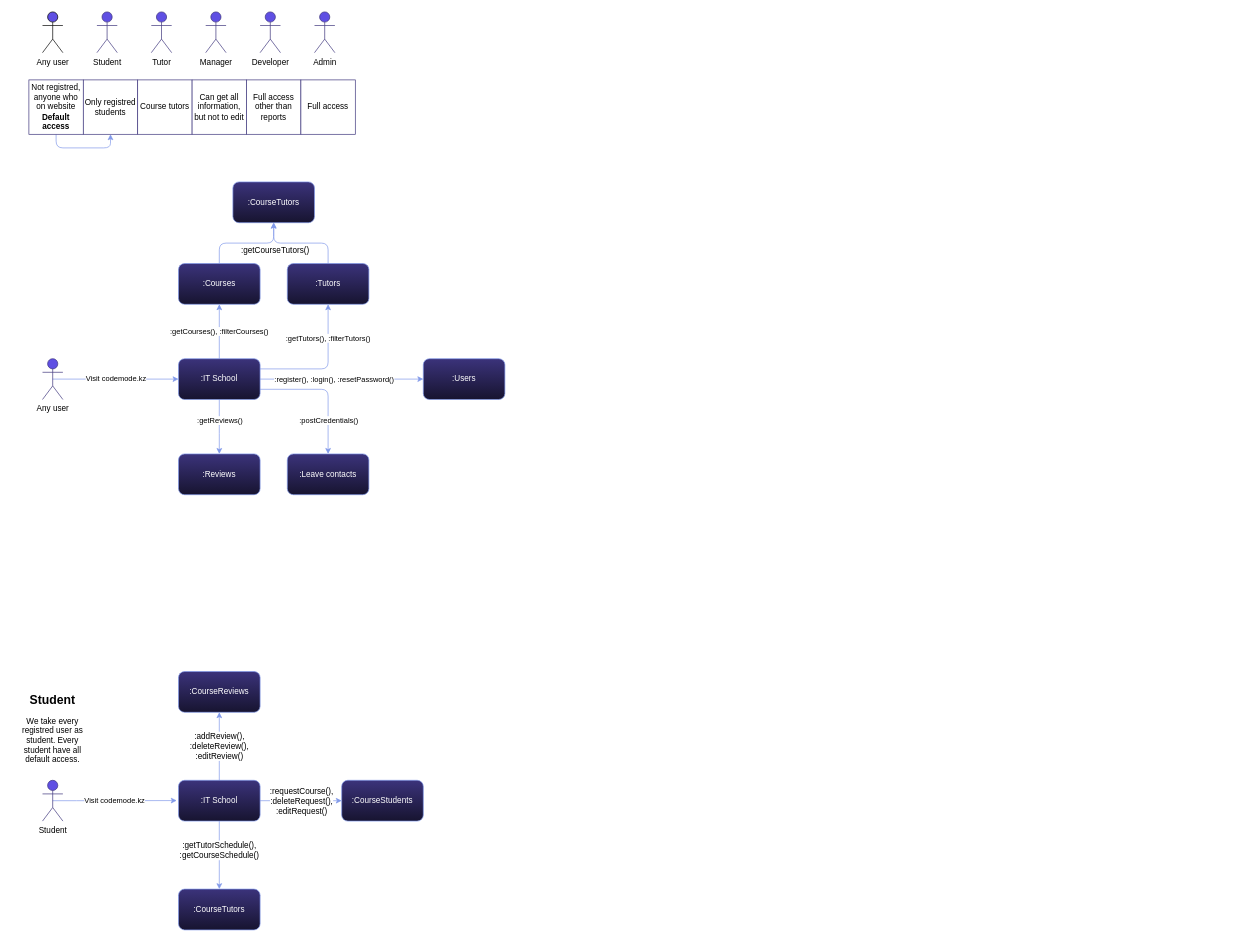
Above: BIS-Codemode-Diagram.drawio in Nura-21/Diagram.io-diagrams (draw.io), before the change. Source tidied: cells renumbered, new cells numbered last; positions are measured from the earlier drawing's top-left corner, leaving out a move shared by most shapes. Both pictures are drawn from the tidied source at 68%, with x=0, y=0 at pixel (12, 12).
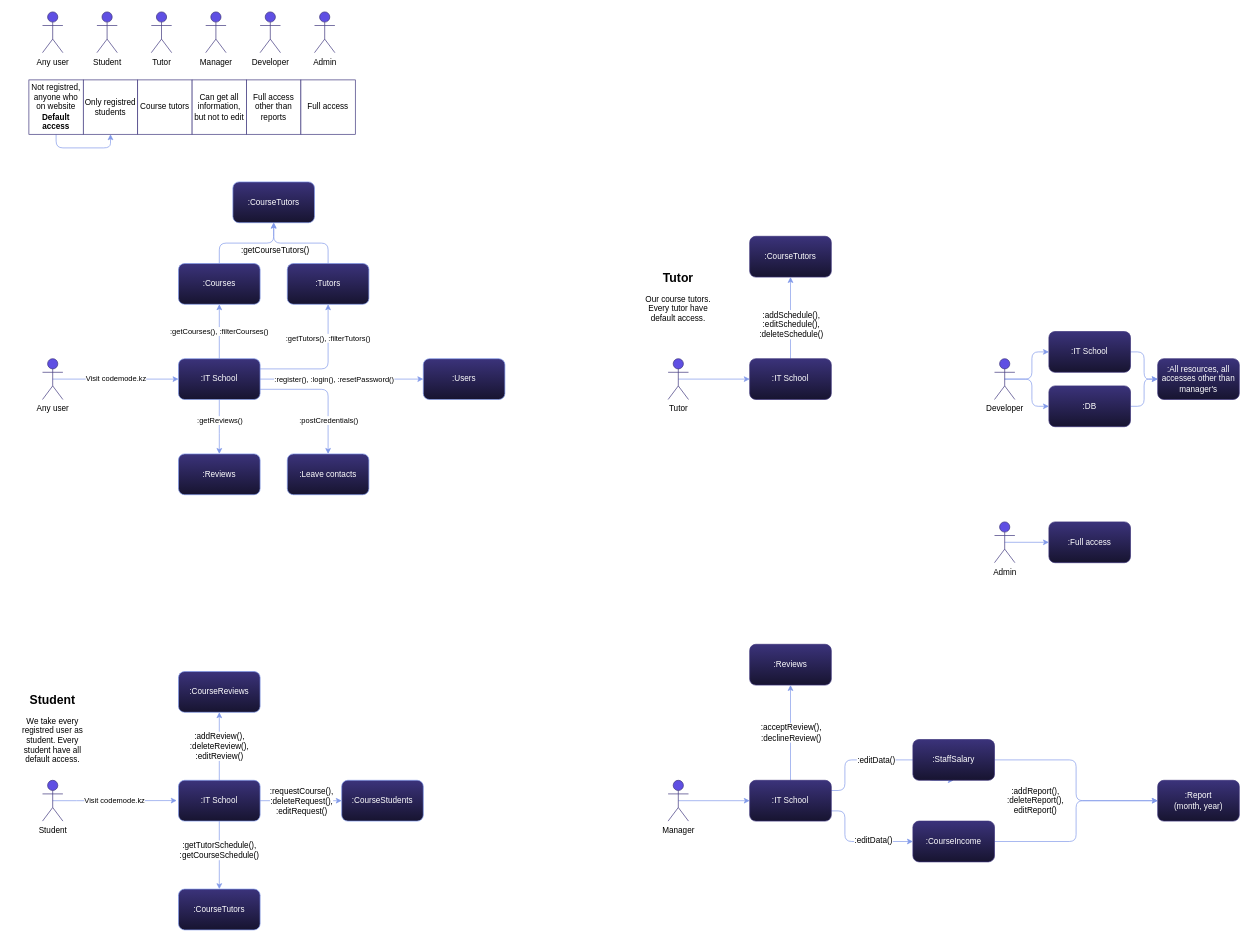
The same diagram, later.

The edit, as a diff of the source:
```diff
@@
-    <mxCell id="2" value="Any user" style="shape=umlActor;verticalLabelPosition=bottom;verticalAlign=top;html=1;fillColor=#5F4FE3;" parent="1" vertex="1">
+    <mxCell id="2" value="Any user" style="shape=umlActor;verticalLabelPosition=bottom;verticalAlign=top;html=1;fillColor=#5F4FE3;strokeColor=#3B337B;" parent="1" vertex="1">
       <mxGeometry x="45" width="30" height="60" as="geometry" />
     </mxCell>
@@
+    <mxCell id="47" style="edgeStyle=orthogonalEdgeStyle;rounded=1;jettySize=auto;html=1;exitX=0.5;exitY=0.5;exitDx=0;exitDy=0;exitPerimeter=0;entryX=0;entryY=0.5;entryDx=0;entryDy=0;strokeColor=#8099E9;fontSize=12;" parent="1" edge="1" source="48" target="51">
+      <mxGeometry relative="1" as="geometry" />
+    </mxCell>
+    <mxCell id="48" value="Tutor" style="shape=umlActor;verticalLabelPosition=bottom;verticalAlign=top;html=1;outlineConnect=0;fillColor=#5F4FE3;strokeColor=#3B337B;" parent="1" vertex="1">
+      <mxGeometry x="965" y="510" width="30" height="60" as="geometry" />
+    </mxCell>
+    <mxCell id="49" style="edgeStyle=orthogonalEdgeStyle;rounded=1;jettySize=auto;html=1;exitX=0.5;exitY=0;exitDx=0;exitDy=0;entryX=0.5;entryY=1;entryDx=0;entryDy=0;strokeColor=#8099E9;fontSize=12;fontColor=#FFFFFF;" parent="1" edge="1" source="51" target="52">
+      <mxGeometry relative="1" as="geometry" />
+    </mxCell>
+    <mxCell id="50" value=":addSchedule(), &lt;br&gt;:editSchedule(), &lt;br&gt;:deleteSchedule()" style="edgeLabel;html=1;align=center;verticalAlign=middle;fontSize=12;fontColor=#000000;" parent="49" vertex="1">
+      <mxGeometry x="-0.15" relative="1" as="geometry" />
+    </mxCell>
+    <mxCell id="51" value="&lt;font color=&quot;#ffffff&quot;&gt;:IT School&lt;/font&gt;" style="rounded=1;whiteSpace=wrap;html=1;strokeColor=#3B337B;fontSize=12;fillColor=#3B337B;gradientColor=#171430;gradientDirection=south;" parent="1" vertex="1">
+      <mxGeometry x="1085" y="510" width="120" height="60" as="geometry" />
+    </mxCell>
+    <mxCell id="52" value=":CourseTutors" style="rounded=1;whiteSpace=wrap;html=1;strokeColor=#3B337B;fontSize=12;fontColor=#FFFFFF;fillColor=#3B337B;gradientColor=#171430;gradientDirection=south;" parent="1" vertex="1">
+      <mxGeometry x="1085" y="330" width="120" height="60" as="geometry" />
+    </mxCell>
+    <mxCell id="53" value="&lt;h1 style=&quot;font-size: 18px;&quot;&gt;Tutor&lt;/h1&gt;&lt;p style=&quot;&quot;&gt;Our course tutors. Every tutor have default access.&lt;/p&gt;" style="text;html=1;strokeColor=none;fillColor=none;spacing=5;spacingTop=-20;whiteSpace=wrap;overflow=hidden;rounded=0;align=center;" parent="1" vertex="1">
+      <mxGeometry x="920" y="380" width="120" height="120" as="geometry" />
+    </mxCell>
+    <mxCell id="54" style="edgeStyle=orthogonalEdgeStyle;rounded=1;jettySize=auto;html=1;exitX=0.5;exitY=0.5;exitDx=0;exitDy=0;exitPerimeter=0;entryX=0;entryY=0.5;entryDx=0;entryDy=0;strokeColor=#8099E9;fontSize=12;fontColor=#FFFFFF;" parent="1" edge="1" source="55" target="62">
+      <mxGeometry relative="1" as="geometry" />
+    </mxCell>
+    <mxCell id="55" value="Manager" style="shape=umlActor;verticalLabelPosition=bottom;verticalAlign=top;html=1;outlineConnect=0;fillColor=#5F4FE3;strokeColor=#3B337B;" parent="1" vertex="1">
+      <mxGeometry x="965" y="1130" width="30" height="60" as="geometry" />
+    </mxCell>
+    <mxCell id="56" style="edgeStyle=orthogonalEdgeStyle;rounded=1;jettySize=auto;html=1;exitX=0.5;exitY=0;exitDx=0;exitDy=0;strokeColor=#8099E9;fontSize=12;fontColor=#FFFFFF;" parent="1" edge="1" source="62" target="63">
+      <mxGeometry relative="1" as="geometry" />
+    </mxCell>
+    <mxCell id="57" value="&lt;font color=&quot;#000000&quot;&gt;:acceptReview(), &lt;br&gt;:declineReview()&lt;/font&gt;" style="edgeLabel;html=1;align=center;verticalAlign=middle;fontSize=12;fontColor=#FFFFFF;" parent="56" vertex="1">
+      <mxGeometry x="-0.19" y="-2" relative="1" as="geometry">
+        <mxPoint x="-2" y="-14" as="offset" />
+      </mxGeometry>
+    </mxCell>
+    <mxCell id="58" style="edgeStyle=orthogonalEdgeStyle;rounded=1;jettySize=auto;html=1;exitX=1;exitY=0.25;exitDx=0;exitDy=0;entryX=0.5;entryY=1;entryDx=0;entryDy=0;strokeColor=#8099E9;fontSize=12;fontColor=#000000;" parent="1" edge="1" source="62" target="65">
+      <mxGeometry relative="1" as="geometry">
+        <Array as="points">
+          <mxPoint x="1225" y="1145" />
+          <mxPoint x="1225" y="1100" />
+          <mxPoint x="1345" y="1100" />
+          <mxPoint x="1345" y="1130" />
+        </Array>
+      </mxGeometry>
+    </mxCell>
+    <mxCell id="59" value=":editData()" style="edgeLabel;html=1;align=center;verticalAlign=middle;fontSize=12;fontColor=#000000;" parent="58" vertex="1">
+      <mxGeometry x="-0.14" relative="1" as="geometry" />
+    </mxCell>
+    <mxCell id="60" style="edgeStyle=orthogonalEdgeStyle;rounded=1;jettySize=auto;html=1;exitX=1;exitY=0.75;exitDx=0;exitDy=0;entryX=0;entryY=0.5;entryDx=0;entryDy=0;strokeColor=#8099E9;fontSize=12;fontColor=#000000;" parent="1" edge="1" source="62" target="68">
+      <mxGeometry relative="1" as="geometry">
+        <Array as="points">
+          <mxPoint x="1225" y="1175" />
+          <mxPoint x="1225" y="1220" />
+        </Array>
+      </mxGeometry>
+    </mxCell>
+    <mxCell id="61" value=":editData()" style="edgeLabel;html=1;align=center;verticalAlign=middle;fontSize=12;fontColor=#000000;" parent="60" vertex="1">
+      <mxGeometry x="0.29" y="2" relative="1" as="geometry" />
+    </mxCell>
+    <mxCell id="62" value=":IT School" style="rounded=1;whiteSpace=wrap;html=1;strokeColor=#3B337B;fontSize=12;fontColor=#FFFFFF;fillColor=#3B337B;gradientColor=#171430;gradientDirection=south;" parent="1" vertex="1">
+      <mxGeometry x="1085" y="1130" width="120" height="60" as="geometry" />
+    </mxCell>
+    <mxCell id="63" value=":Reviews" style="rounded=1;whiteSpace=wrap;html=1;strokeColor=#3B337B;fontSize=12;fontColor=#FFFFFF;fillColor=#3B337B;gradientColor=#171430;gradientDirection=south;" parent="1" vertex="1">
+      <mxGeometry x="1085" y="930" width="120" height="60" as="geometry" />
+    </mxCell>
+    <mxCell id="64" style="edgeStyle=orthogonalEdgeStyle;rounded=1;jettySize=auto;html=1;exitX=1;exitY=0.5;exitDx=0;exitDy=0;strokeColor=#8099E9;fontSize=12;fontColor=#000000;entryX=0;entryY=0.5;entryDx=0;entryDy=0;" parent="1" edge="1" source="65" target="66">
+      <mxGeometry relative="1" as="geometry" />
+    </mxCell>
+    <mxCell id="65" value=":StaffSalary" style="rounded=1;whiteSpace=wrap;html=1;strokeColor=#3B337B;fontSize=12;fontColor=#FFFFFF;fillColor=#3B337B;gradientColor=#171430;gradientDirection=south;" parent="1" vertex="1">
+      <mxGeometry x="1325" y="1070" width="120" height="60" as="geometry" />
+    </mxCell>
+    <mxCell id="66" value=":Report&lt;br&gt;(month, year)" style="rounded=1;whiteSpace=wrap;html=1;strokeColor=#3B337B;fontSize=12;fontColor=#FFFFFF;fillColor=#3B337B;gradientColor=#171430;gradientDirection=south;" parent="1" vertex="1">
+      <mxGeometry x="1685" y="1130" width="120" height="60" as="geometry" />
+    </mxCell>
+    <mxCell id="67" style="edgeStyle=orthogonalEdgeStyle;rounded=1;jettySize=auto;html=1;exitX=1;exitY=0.5;exitDx=0;exitDy=0;entryX=0;entryY=0.5;entryDx=0;entryDy=0;strokeColor=#8099E9;fontSize=12;fontColor=#000000;" parent="1" edge="1" source="68" target="66">
+      <mxGeometry relative="1" as="geometry" />
+    </mxCell>
+    <mxCell id="68" value=":CourseIncome" style="rounded=1;whiteSpace=wrap;html=1;strokeColor=#3B337B;fontSize=12;fontColor=#FFFFFF;fillColor=#3B337B;gradientColor=#171430;gradientDirection=south;" parent="1" vertex="1">
+      <mxGeometry x="1325" y="1190" width="120" height="60" as="geometry" />
+    </mxCell>
+    <mxCell id="69" value=":addReport(), &lt;br&gt;:deleteReport(), &lt;br&gt;editReport()" style="text;html=1;align=center;verticalAlign=middle;strokeColor=none;fillColor=none;fontSize=12;fontColor=#000000;" parent="1" vertex="1">
+      <mxGeometry x="1450" y="1130" width="110" height="60" as="geometry" />
+    </mxCell>
+    <mxCell id="70" style="edgeStyle=orthogonalEdgeStyle;rounded=1;jettySize=auto;html=1;exitX=0.5;exitY=0.5;exitDx=0;exitDy=0;exitPerimeter=0;entryX=0;entryY=0.5;entryDx=0;entryDy=0;strokeColor=#8099E9;fontSize=12;fontColor=#000000;" parent="1" edge="1" source="72" target="74">
+      <mxGeometry relative="1" as="geometry" />
+    </mxCell>
+    <mxCell id="71" style="edgeStyle=orthogonalEdgeStyle;rounded=1;jettySize=auto;html=1;exitX=0.5;exitY=0.5;exitDx=0;exitDy=0;exitPerimeter=0;entryX=0;entryY=0.5;entryDx=0;entryDy=0;strokeColor=#8099E9;fontSize=12;fontColor=#000000;" parent="1" edge="1" source="72" target="80">
+      <mxGeometry relative="1" as="geometry" />
+    </mxCell>
+    <mxCell id="72" value="Developer" style="shape=umlActor;verticalLabelPosition=bottom;verticalAlign=top;html=1;outlineConnect=0;fillColor=#5F4FE3;strokeColor=#3B337B;" parent="1" vertex="1">
+      <mxGeometry x="1445" y="510" width="30" height="60" as="geometry" />
+    </mxCell>
+    <mxCell id="73" style="edgeStyle=orthogonalEdgeStyle;rounded=1;jettySize=auto;html=1;exitX=1;exitY=0.5;exitDx=0;exitDy=0;entryX=0;entryY=0.5;entryDx=0;entryDy=0;strokeColor=#8099E9;fontSize=12;fontColor=#000000;" parent="1" edge="1" source="74" target="75">
+      <mxGeometry relative="1" as="geometry" />
+    </mxCell>
+    <mxCell id="74" value="&lt;font color=&quot;#ffffff&quot;&gt;:IT School&lt;/font&gt;" style="rounded=1;whiteSpace=wrap;html=1;strokeColor=#3B337B;fontSize=12;fillColor=#3B337B;gradientColor=#171430;gradientDirection=south;" parent="1" vertex="1">
+      <mxGeometry x="1525" y="470" width="120" height="60" as="geometry" />
+    </mxCell>
+    <mxCell id="75" value="&lt;font color=&quot;#ffffff&quot;&gt;:All resources, all accesses other than manager's&lt;/font&gt;" style="rounded=1;whiteSpace=wrap;html=1;strokeColor=#3B337B;fontSize=12;fillColor=#3B337B;gradientColor=#171430;gradientDirection=south;" parent="1" vertex="1">
+      <mxGeometry x="1685" y="510" width="120" height="60" as="geometry" />
+    </mxCell>
+    <mxCell id="76" style="edgeStyle=orthogonalEdgeStyle;rounded=1;jettySize=auto;html=1;exitX=0.5;exitY=0.5;exitDx=0;exitDy=0;exitPerimeter=0;entryX=0;entryY=0.5;entryDx=0;entryDy=0;strokeColor=#8099E9;fontSize=12;fontColor=#000000;" parent="1" edge="1" source="77" target="78">
+      <mxGeometry relative="1" as="geometry" />
+    </mxCell>
+    <mxCell id="77" value="Admin" style="shape=umlActor;verticalLabelPosition=bottom;verticalAlign=top;html=1;outlineConnect=0;fillColor=#5F4FE3;strokeColor=#3B337B;" parent="1" vertex="1">
+      <mxGeometry x="1445" y="750" width="30" height="60" as="geometry" />
+    </mxCell>
+    <mxCell id="78" value="&lt;font color=&quot;#ffffff&quot;&gt;:Full access&lt;/font&gt;" style="rounded=1;whiteSpace=wrap;html=1;strokeColor=#3B337B;fontSize=12;fillColor=#3B337B;gradientColor=#171430;gradientDirection=south;" parent="1" vertex="1">
+      <mxGeometry x="1525" y="750" width="120" height="60" as="geometry" />
+    </mxCell>
+    <mxCell id="79" style="edgeStyle=orthogonalEdgeStyle;rounded=1;jettySize=auto;html=1;exitX=1;exitY=0.5;exitDx=0;exitDy=0;entryX=0;entryY=0.5;entryDx=0;entryDy=0;strokeColor=#8099E9;fontSize=12;fontColor=#000000;" parent="1" edge="1" source="80" target="75">
+      <mxGeometry relative="1" as="geometry" />
+    </mxCell>
+    <mxCell id="80" value="&lt;font color=&quot;#ffffff&quot;&gt;:DB&lt;/font&gt;" style="rounded=1;whiteSpace=wrap;html=1;strokeColor=#3B337B;fontSize=12;fillColor=#3B337B;gradientColor=#171430;gradientDirection=south;" parent="1" vertex="1">
+      <mxGeometry x="1525" y="550" width="120" height="60" as="geometry" />
+    </mxCell>
```
